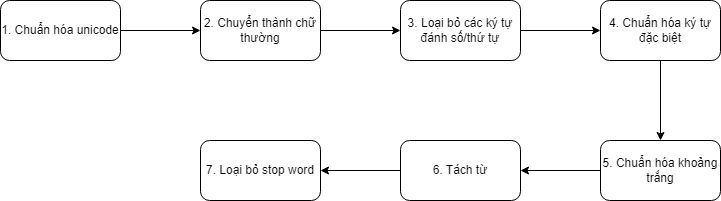
CaoThanhNammm/khoa_luan_2025_2026 keeps this draw.io diagram as diagram/pre_processing.png. Above is the earlier version. Source tidied: cells renumbered, new cells last; positions are measured from the earlier drawing's top-left corner, leaving out a move shared by most shapes. Its diagram source:
```xml
<mxGraphModel>
  <root>
    <mxCell id="0" />
    <mxCell id="1" parent="0" />
    <mxCell id="2" style="edgeStyle=orthogonalEdgeStyle;rounded=0;jettySize=auto;html=1;" parent="1" edge="1" source="3" target="5">
      <mxGeometry relative="1" as="geometry" />
    </mxCell>
    <mxCell id="3" value="1. Chuẩn hóa unicode" style="rounded=1;whiteSpace=wrap;html=1;" parent="1" vertex="1">
      <mxGeometry width="120" height="60" as="geometry" />
    </mxCell>
    <mxCell id="4" style="edgeStyle=orthogonalEdgeStyle;rounded=0;jettySize=auto;html=1;" parent="1" edge="1" source="5" target="7">
      <mxGeometry relative="1" as="geometry" />
    </mxCell>
    <mxCell id="5" value="2. Chuyển thành chữ thường" style="whiteSpace=wrap;html=1;rounded=1;" parent="1" vertex="1">
      <mxGeometry x="200" width="120" height="60" as="geometry" />
    </mxCell>
    <mxCell id="6" style="edgeStyle=orthogonalEdgeStyle;rounded=0;jettySize=auto;html=1;" parent="1" edge="1" source="7" target="9">
      <mxGeometry relative="1" as="geometry" />
    </mxCell>
    <mxCell id="7" value="3. Loại bỏ các ký tự đánh số/thứ tự" style="whiteSpace=wrap;html=1;rounded=1;" parent="1" vertex="1">
      <mxGeometry x="400" width="120" height="60" as="geometry" />
    </mxCell>
    <mxCell id="8" style="edgeStyle=orthogonalEdgeStyle;rounded=0;jettySize=auto;html=1;" parent="1" edge="1" source="9" target="11">
      <mxGeometry relative="1" as="geometry" />
    </mxCell>
    <mxCell id="9" value="4. Chuẩn hóa ký tự đặc biệt" style="whiteSpace=wrap;html=1;rounded=1;" parent="1" vertex="1">
      <mxGeometry x="600" width="120" height="60" as="geometry" />
    </mxCell>
    <mxCell id="10" style="edgeStyle=orthogonalEdgeStyle;rounded=0;jettySize=auto;html=1;" parent="1" edge="1" source="11" target="13">
      <mxGeometry relative="1" as="geometry" />
    </mxCell>
    <mxCell id="11" value="5. Chuẩn hóa khoảng trắng" style="whiteSpace=wrap;html=1;rounded=1;" parent="1" vertex="1">
      <mxGeometry x="600" y="140" width="120" height="60" as="geometry" />
    </mxCell>
    <mxCell id="12" style="edgeStyle=orthogonalEdgeStyle;rounded=0;jettySize=auto;html=1;" parent="1" edge="1" source="13" target="14">
      <mxGeometry relative="1" as="geometry" />
    </mxCell>
    <mxCell id="13" value="6. Tách từ" style="whiteSpace=wrap;html=1;rounded=1;" parent="1" vertex="1">
      <mxGeometry x="400" y="140" width="120" height="60" as="geometry" />
    </mxCell>
    <mxCell id="14" value="7. Loại bỏ stop word" style="whiteSpace=wrap;html=1;rounded=1;" parent="1" vertex="1">
      <mxGeometry x="200" y="140" width="120" height="60" as="geometry" />
    </mxCell>
  </root>
</mxGraphModel>
```
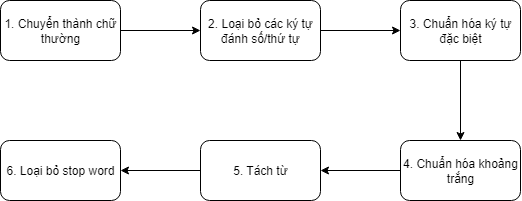
The same file after the commit.

The edit, as a diff of the source:
```diff
@@ -2,44 +2,38 @@
   <root>
     <mxCell id="0" />
     <mxCell id="1" parent="0" />
-    <mxCell id="2" style="edgeStyle=orthogonalEdgeStyle;rounded=0;jettySize=auto;html=1;" parent="1" edge="1" source="3" target="5">
-      <mxGeometry relative="1" as="geometry" />
-    </mxCell>
-    <mxCell id="3" value="1. Chuẩn hóa unicode" style="rounded=1;whiteSpace=wrap;html=1;" parent="1" vertex="1">
-      <mxGeometry width="120" height="60" as="geometry" />
-    </mxCell>
-    <mxCell id="4" style="edgeStyle=orthogonalEdgeStyle;rounded=0;jettySize=auto;html=1;" parent="1" edge="1" source="5" target="7">
-      <mxGeometry relative="1" as="geometry" />
-    </mxCell>
-    <mxCell id="5" value="2. Chuyển thành chữ thường" style="whiteSpace=wrap;html=1;rounded=1;" parent="1" vertex="1">
-      <mxGeometry x="200" width="120" height="60" as="geometry" />
-    </mxCell>
-    <mxCell id="6" style="edgeStyle=orthogonalEdgeStyle;rounded=0;jettySize=auto;html=1;" parent="1" edge="1" source="7" target="9">
-      <mxGeometry relative="1" as="geometry" />
-    </mxCell>
-    <mxCell id="7" value="3. Loại bỏ các ký tự đánh số/thứ tự" style="whiteSpace=wrap;html=1;rounded=1;" parent="1" vertex="1">
-      <mxGeometry x="400" width="120" height="60" as="geometry" />
-    </mxCell>
-    <mxCell id="8" style="edgeStyle=orthogonalEdgeStyle;rounded=0;jettySize=auto;html=1;" parent="1" edge="1" source="9" target="11">
-      <mxGeometry relative="1" as="geometry" />
-    </mxCell>
-    <mxCell id="9" value="4. Chuẩn hóa ký tự đặc biệt" style="whiteSpace=wrap;html=1;rounded=1;" parent="1" vertex="1">
-      <mxGeometry x="600" width="120" height="60" as="geometry" />
-    </mxCell>
-    <mxCell id="10" style="edgeStyle=orthogonalEdgeStyle;rounded=0;jettySize=auto;html=1;" parent="1" edge="1" source="11" target="13">
-      <mxGeometry relative="1" as="geometry" />
-    </mxCell>
-    <mxCell id="11" value="5. Chuẩn hóa khoảng trắng" style="whiteSpace=wrap;html=1;rounded=1;" parent="1" vertex="1">
-      <mxGeometry x="600" y="140" width="120" height="60" as="geometry" />
-    </mxCell>
-    <mxCell id="12" style="edgeStyle=orthogonalEdgeStyle;rounded=0;jettySize=auto;html=1;" parent="1" edge="1" source="13" target="14">
-      <mxGeometry relative="1" as="geometry" />
-    </mxCell>
-    <mxCell id="13" value="6. Tách từ" style="whiteSpace=wrap;html=1;rounded=1;" parent="1" vertex="1">
-      <mxGeometry x="400" y="140" width="120" height="60" as="geometry" />
-    </mxCell>
-    <mxCell id="14" value="7. Loại bỏ stop word" style="whiteSpace=wrap;html=1;rounded=1;" parent="1" vertex="1">
-      <mxGeometry x="200" y="140" width="120" height="60" as="geometry" />
-    </mxCell>
+    <mxCell id="15" style="edgeStyle=orthogonalEdgeStyle;rounded=0;jettySize=auto;html=1;" parent="1" edge="1" source="16" target="18">
+      <mxGeometry relative="1" as="geometry" />
+    </mxCell>
+    <mxCell id="16" value="1. Chuyển thành chữ thường" style="whiteSpace=wrap;html=1;rounded=1;" parent="1" vertex="1">
+      <mxGeometry x="200" width="120" height="60" as="geometry" />
+    </mxCell>
+    <mxCell id="17" style="edgeStyle=orthogonalEdgeStyle;rounded=0;jettySize=auto;html=1;" parent="1" edge="1" source="18" target="20">
+      <mxGeometry relative="1" as="geometry" />
+    </mxCell>
+    <mxCell id="18" value="2. Loại bỏ các ký tự đánh số/thứ tự" style="whiteSpace=wrap;html=1;rounded=1;" parent="1" vertex="1">
+      <mxGeometry x="400" width="120" height="60" as="geometry" />
+    </mxCell>
+    <mxCell id="19" style="edgeStyle=orthogonalEdgeStyle;rounded=0;jettySize=auto;html=1;" parent="1" edge="1" source="20" target="22">
+      <mxGeometry relative="1" as="geometry" />
+    </mxCell>
+    <mxCell id="20" value="3. Chuẩn hóa ký tự đặc biệt" style="whiteSpace=wrap;html=1;rounded=1;" parent="1" vertex="1">
+      <mxGeometry x="600" width="120" height="60" as="geometry" />
+    </mxCell>
+    <mxCell id="21" style="edgeStyle=orthogonalEdgeStyle;rounded=0;jettySize=auto;html=1;" parent="1" edge="1" source="22" target="24">
+      <mxGeometry relative="1" as="geometry" />
+    </mxCell>
+    <mxCell id="22" value="4. Chuẩn hóa khoảng trắng" style="whiteSpace=wrap;html=1;rounded=1;" parent="1" vertex="1">
+      <mxGeometry x="600" y="140" width="120" height="60" as="geometry" />
+    </mxCell>
+    <mxCell id="23" style="edgeStyle=orthogonalEdgeStyle;rounded=0;jettySize=auto;html=1;" parent="1" edge="1" source="24" target="25">
+      <mxGeometry relative="1" as="geometry" />
+    </mxCell>
+    <mxCell id="24" value="5. Tách từ" style="whiteSpace=wrap;html=1;rounded=1;" parent="1" vertex="1">
+      <mxGeometry x="400" y="140" width="120" height="60" as="geometry" />
+    </mxCell>
+    <mxCell id="25" value="6&lt;span style=&quot;background-color: transparent; color: light-dark(rgb(0, 0, 0), rgb(255, 255, 255));&quot;&gt;. Loại bỏ stop word&lt;/span&gt;" style="whiteSpace=wrap;html=1;rounded=1;" parent="1" vertex="1">
+      <mxGeometry x="200" y="140" width="120" height="60" as="geometry" />
+    </mxCell>
   </root>
 </mxGraphModel>
```
